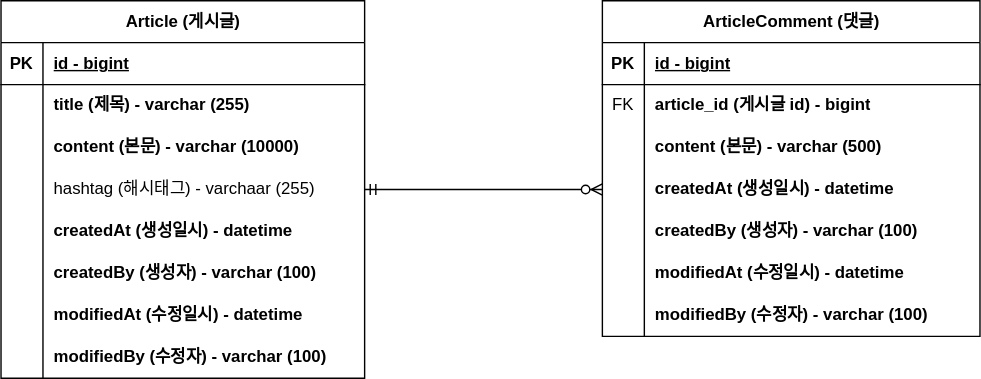
The draw.io diagram document/project-board-erd.svg in KSH-Daniel/fastcampus-project-board, before a commit. Source tidied: cells renumbered, new cells last; positions are measured from the earlier drawing's top-left corner, leaving out a move shared by most shapes.
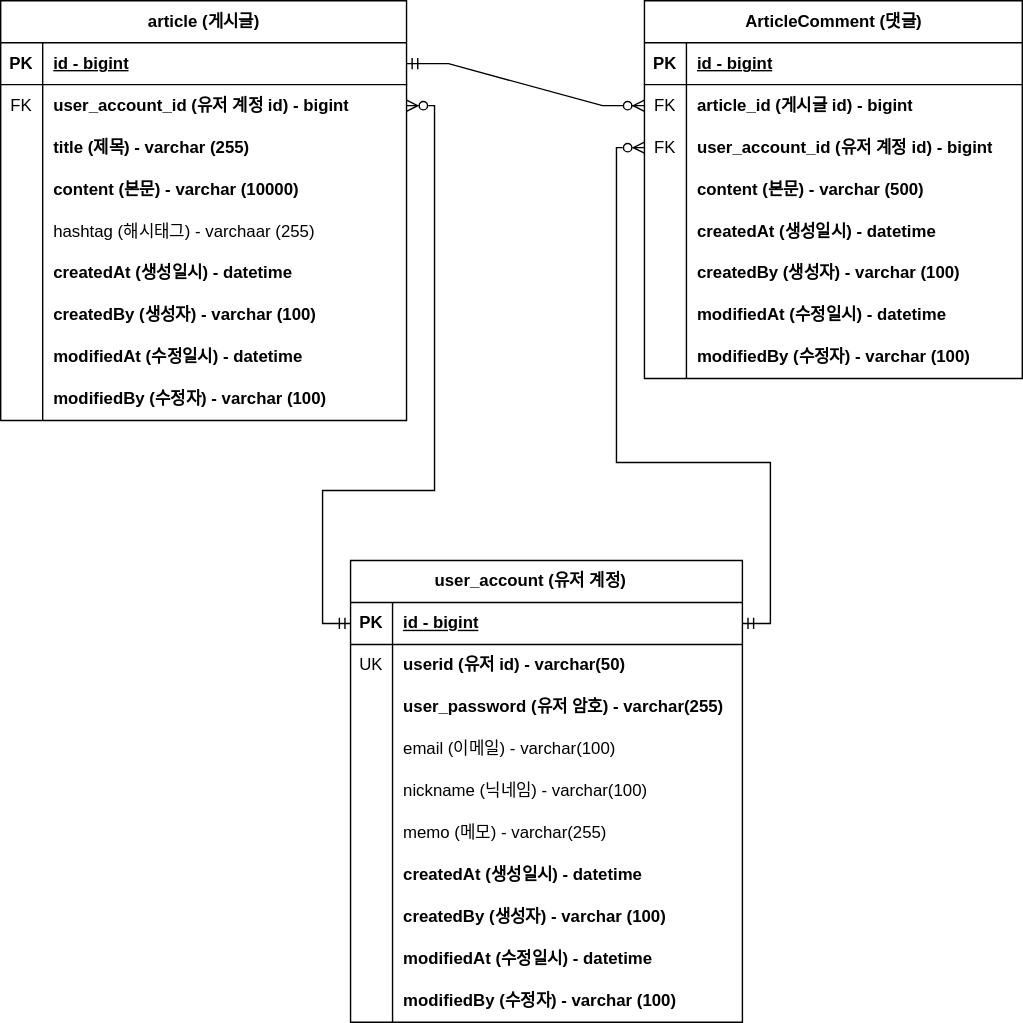
After the commit.

Commit message:
도메인 수정 - 회원 계정과 게시글, 댓글 관계 연결 : project-board-erd.svg 업데이트

Diff of the diagram source:
```diff
@@ -4,7 +4,7 @@
     <mxCell id="1" parent="0" />
-    <mxCell id="2" value="Article (게시글)" style="shape=table;startSize=30;rowLines=0;fontStyle=1;align=center;html=1;" parent="1" vertex="1">
-      <mxGeometry width="260" height="270" as="geometry" />
+    <mxCell id="2" value="article&amp;nbsp;(게시글)" style="shape=table;startSize=30;rowLines=0;fontStyle=1;align=center;html=1;" parent="1" vertex="1">
+      <mxGeometry x="-30" width="290" height="300" as="geometry" />
     </mxCell>
     <mxCell id="3" style="shape=tableRow;horizontal=0;startSize=0;swimlaneHead=0;swimlaneBody=0;fillColor=none;points=[[0,0.5],[1,0.5]];portConstraint=eastwest;top=0;left=0;right=0;bottom=1;" parent="2" vertex="1">
-      <mxGeometry y="30" width="260" height="30" as="geometry" />
+      <mxGeometry y="30" width="290" height="30" as="geometry" />
     </mxCell>
@@ -14,15 +14,24 @@
     <mxCell id="5" value="id - bigint" style="shape=partialRectangle;fillColor=none;top=0;left=0;bottom=0;right=0;align=left;spacingLeft=6;fontStyle=5;overflow=hidden;whiteSpace=wrap;html=1;" parent="3" vertex="1">
-      <mxGeometry x="30" width="230" height="30" as="geometry" />
+      <mxGeometry x="30" width="260" height="30" as="geometry" />
     </mxCell>
     <mxCell id="6" style="shape=tableRow;horizontal=0;startSize=0;swimlaneHead=0;swimlaneBody=0;fillColor=none;points=[[0,0.5],[1,0.5]];portConstraint=eastwest;top=0;left=0;right=0;bottom=0;" parent="2" vertex="1">
-      <mxGeometry y="60" width="260" height="30" as="geometry" />
+      <mxGeometry y="60" width="290" height="30" as="geometry" />
     </mxCell>
-    <mxCell id="7" style="shape=partialRectangle;fillColor=none;top=0;left=0;bottom=0;right=0;overflow=hidden;whiteSpace=wrap;html=1;" parent="6" vertex="1">
+    <mxCell id="7" value="FK" style="shape=partialRectangle;fillColor=none;top=0;left=0;bottom=0;right=0;overflow=hidden;whiteSpace=wrap;html=1;" parent="6" vertex="1">
       <mxGeometry width="30" height="30" as="geometry" />
     </mxCell>
-    <mxCell id="8" value="title (제목) - varchar (255)" style="shape=partialRectangle;fillColor=none;top=0;left=0;bottom=0;right=0;align=left;spacingLeft=6;overflow=hidden;whiteSpace=wrap;html=1;fontStyle=1;" parent="6" vertex="1">
-      <mxGeometry x="30" width="230" height="30" as="geometry" />
+    <mxCell id="8" value="user_account_id (유저 계정 id) - bigint" style="shape=partialRectangle;fillColor=none;top=0;left=0;bottom=0;right=0;align=left;spacingLeft=6;overflow=hidden;whiteSpace=wrap;html=1;fontStyle=1;" parent="6" vertex="1">
+      <mxGeometry x="30" width="260" height="30" as="geometry" />
     </mxCell>
+    <mxCell id="50" style="shape=tableRow;horizontal=0;startSize=0;swimlaneHead=0;swimlaneBody=0;fillColor=none;top=0;left=0;right=0;bottom=0;" parent="2" vertex="1">
+      <mxGeometry y="90" width="290" height="30" as="geometry" />
+    </mxCell>
+    <mxCell id="51" style="shape=partialRectangle;fillColor=none;top=0;left=0;bottom=0;right=0;overflow=hidden;whiteSpace=wrap;html=1;" parent="50" vertex="1">
+      <mxGeometry width="30" height="30" as="geometry" />
+    </mxCell>
+    <mxCell id="52" value="title (제목) - varchar (255)" style="shape=partialRectangle;fillColor=none;top=0;left=0;bottom=0;right=0;align=left;spacingLeft=6;overflow=hidden;whiteSpace=wrap;html=1;fontStyle=1;" parent="50" vertex="1">
+      <mxGeometry x="30" width="260" height="30" as="geometry" />
+    </mxCell>
     <mxCell id="9" style="shape=tableRow;horizontal=0;startSize=0;swimlaneHead=0;swimlaneBody=0;fillColor=none;top=0;left=0;right=0;bottom=0;" parent="2" vertex="1">
-      <mxGeometry y="90" width="260" height="30" as="geometry" />
+      <mxGeometry y="120" width="290" height="30" as="geometry" />
     </mxCell>
@@ -32,6 +41,6 @@
     <mxCell id="11" value="content (본문) - varchar (10000)" style="shape=partialRectangle;fillColor=none;top=0;left=0;bottom=0;right=0;align=left;spacingLeft=6;overflow=hidden;whiteSpace=wrap;html=1;fontStyle=1;" parent="9" vertex="1">
-      <mxGeometry x="30" width="230" height="30" as="geometry" />
+      <mxGeometry x="30" width="260" height="30" as="geometry" />
     </mxCell>
     <mxCell id="12" style="shape=tableRow;horizontal=0;startSize=0;swimlaneHead=0;swimlaneBody=0;fillColor=none;points=[[0,0.5],[1,0.5]];portConstraint=eastwest;top=0;left=0;right=0;bottom=0;" parent="2" vertex="1">
-      <mxGeometry y="120" width="260" height="30" as="geometry" />
+      <mxGeometry y="150" width="290" height="30" as="geometry" />
     </mxCell>
@@ -41,6 +50,6 @@
     <mxCell id="14" value="hashtag (해시태그) - varchaar (255)" style="shape=partialRectangle;fillColor=none;top=0;left=0;bottom=0;right=0;align=left;spacingLeft=6;overflow=hidden;whiteSpace=wrap;html=1;" parent="12" vertex="1">
-      <mxGeometry x="30" width="230" height="30" as="geometry" />
+      <mxGeometry x="30" width="260" height="30" as="geometry" />
     </mxCell>
     <mxCell id="15" style="shape=tableRow;horizontal=0;startSize=0;swimlaneHead=0;swimlaneBody=0;fillColor=none;top=0;left=0;right=0;bottom=0;" parent="2" vertex="1">
-      <mxGeometry y="150" width="260" height="30" as="geometry" />
+      <mxGeometry y="180" width="290" height="30" as="geometry" />
     </mxCell>
@@ -50,6 +59,6 @@
     <mxCell id="17" value="createdAt (생성일시) - datetime" style="shape=partialRectangle;fillColor=none;top=0;left=0;bottom=0;right=0;align=left;spacingLeft=6;overflow=hidden;whiteSpace=wrap;html=1;fontStyle=1;" parent="15" vertex="1">
-      <mxGeometry x="30" width="230" height="30" as="geometry" />
+      <mxGeometry x="30" width="260" height="30" as="geometry" />
     </mxCell>
     <mxCell id="18" style="shape=tableRow;horizontal=0;startSize=0;swimlaneHead=0;swimlaneBody=0;fillColor=none;top=0;left=0;right=0;bottom=0;" parent="2" vertex="1">
-      <mxGeometry y="180" width="260" height="30" as="geometry" />
+      <mxGeometry y="210" width="290" height="30" as="geometry" />
     </mxCell>
@@ -59,6 +68,6 @@
     <mxCell id="20" value="createdBy (생성자) - varchar (100)" style="shape=partialRectangle;fillColor=none;top=0;left=0;bottom=0;right=0;align=left;spacingLeft=6;overflow=hidden;whiteSpace=wrap;html=1;fontStyle=1;" parent="18" vertex="1">
-      <mxGeometry x="30" width="230" height="30" as="geometry" />
+      <mxGeometry x="30" width="260" height="30" as="geometry" />
     </mxCell>
     <mxCell id="21" style="shape=tableRow;horizontal=0;startSize=0;swimlaneHead=0;swimlaneBody=0;fillColor=none;top=0;left=0;right=0;bottom=0;" parent="2" vertex="1">
-      <mxGeometry y="210" width="260" height="30" as="geometry" />
+      <mxGeometry y="240" width="290" height="30" as="geometry" />
     </mxCell>
@@ -68,6 +77,6 @@
     <mxCell id="23" value="modifiedAt (수정일시) - datetime" style="shape=partialRectangle;fillColor=none;top=0;left=0;bottom=0;right=0;align=left;spacingLeft=6;overflow=hidden;whiteSpace=wrap;html=1;fontStyle=1;" parent="21" vertex="1">
-      <mxGeometry x="30" width="230" height="30" as="geometry" />
+      <mxGeometry x="30" width="260" height="30" as="geometry" />
     </mxCell>
     <mxCell id="24" style="shape=tableRow;horizontal=0;startSize=0;swimlaneHead=0;swimlaneBody=0;fillColor=none;top=0;left=0;right=0;bottom=0;" parent="2" vertex="1">
-      <mxGeometry y="240" width="260" height="30" as="geometry" />
+      <mxGeometry y="270" width="290" height="30" as="geometry" />
     </mxCell>
@@ -77,6 +86,6 @@
     <mxCell id="26" value="modifiedBy (수정자) - varchar (100)" style="shape=partialRectangle;fillColor=none;top=0;left=0;bottom=0;right=0;align=left;spacingLeft=6;overflow=hidden;whiteSpace=wrap;html=1;fontStyle=1;" parent="24" vertex="1">
-      <mxGeometry x="30" width="230" height="30" as="geometry" />
+      <mxGeometry x="30" width="260" height="30" as="geometry" />
     </mxCell>
     <mxCell id="27" value="ArticleComment (댓글)" style="shape=table;startSize=30;rowLines=0;fontStyle=1;align=center;html=1;" parent="1" vertex="1">
-      <mxGeometry x="430" width="270" height="240" as="geometry" />
+      <mxGeometry x="430" width="270" height="270" as="geometry" />
     </mxCell>
@@ -100,4 +109,13 @@
     </mxCell>
+    <mxCell id="53" style="shape=tableRow;horizontal=0;startSize=0;swimlaneHead=0;swimlaneBody=0;fillColor=none;points=[[0,0.5],[1,0.5]];portConstraint=eastwest;top=0;left=0;right=0;bottom=0;" parent="27" vertex="1">
+      <mxGeometry y="90" width="270" height="30" as="geometry" />
+    </mxCell>
+    <mxCell id="54" value="FK" style="shape=partialRectangle;fillColor=none;top=0;left=0;bottom=0;right=0;overflow=hidden;whiteSpace=wrap;html=1;" parent="53" vertex="1">
+      <mxGeometry width="30" height="30" as="geometry" />
+    </mxCell>
+    <mxCell id="55" value="user_account_id (유저 계정 id) - bigint" style="shape=partialRectangle;fillColor=none;top=0;left=0;bottom=0;right=0;align=left;spacingLeft=6;overflow=hidden;whiteSpace=wrap;html=1;fontStyle=1;" parent="53" vertex="1">
+      <mxGeometry x="30" width="240" height="30" as="geometry" />
+    </mxCell>
     <mxCell id="34" style="shape=tableRow;horizontal=0;startSize=0;swimlaneHead=0;swimlaneBody=0;fillColor=none;top=0;left=0;right=0;bottom=0;" parent="27" vertex="1">
-      <mxGeometry y="90" width="270" height="30" as="geometry" />
+      <mxGeometry y="120" width="270" height="30" as="geometry" />
     </mxCell>
@@ -110,3 +128,3 @@
     <mxCell id="37" style="shape=tableRow;horizontal=0;startSize=0;swimlaneHead=0;swimlaneBody=0;fillColor=none;points=[[0,0.5],[1,0.5]];portConstraint=eastwest;top=0;left=0;right=0;bottom=0;" parent="27" vertex="1">
-      <mxGeometry y="120" width="270" height="30" as="geometry" />
+      <mxGeometry y="150" width="270" height="30" as="geometry" />
     </mxCell>
@@ -119,3 +137,3 @@
     <mxCell id="40" style="shape=tableRow;horizontal=0;startSize=0;swimlaneHead=0;swimlaneBody=0;fillColor=none;top=0;left=0;right=0;bottom=0;" parent="27" vertex="1">
-      <mxGeometry y="150" width="270" height="30" as="geometry" />
+      <mxGeometry y="180" width="270" height="30" as="geometry" />
     </mxCell>
@@ -128,3 +146,3 @@
     <mxCell id="43" style="shape=tableRow;horizontal=0;startSize=0;swimlaneHead=0;swimlaneBody=0;fillColor=none;top=0;left=0;right=0;bottom=0;" parent="27" vertex="1">
-      <mxGeometry y="180" width="270" height="30" as="geometry" />
+      <mxGeometry y="210" width="270" height="30" as="geometry" />
     </mxCell>
@@ -137,3 +155,3 @@
     <mxCell id="46" style="shape=tableRow;horizontal=0;startSize=0;swimlaneHead=0;swimlaneBody=0;fillColor=none;top=0;left=0;right=0;bottom=0;" parent="27" vertex="1">
-      <mxGeometry y="210" width="270" height="30" as="geometry" />
+      <mxGeometry y="240" width="270" height="30" as="geometry" />
     </mxCell>
@@ -145,5 +163,118 @@
     </mxCell>
-    <mxCell id="49" style="edgeStyle=entityRelationEdgeStyle;fontSize=12;html=1;endArrow=ERzeroToMany;startArrow=ERmandOne;rounded=0;exitX=1;exitY=0.5;exitDx=0;exitDy=0;entryX=0;entryY=0.5;entryDx=0;entryDy=0;" parent="1" edge="1" source="12" target="37">
+    <mxCell id="49" style="edgeStyle=entityRelationEdgeStyle;fontSize=12;html=1;endArrow=ERzeroToMany;startArrow=ERmandOne;rounded=0;exitX=1;exitY=0.5;exitDx=0;exitDy=0;entryX=0;entryY=0.5;entryDx=0;entryDy=0;" parent="1" edge="1" source="3" target="31">
       <mxGeometry relative="1" as="geometry" />
     </mxCell>
+    <mxCell id="56" value="user_account (유저 계정)&lt;span style=&quot;white-space: pre;&quot;&gt; &lt;/span&gt;" style="shape=table;startSize=30;rowLines=0;fontStyle=1;align=center;html=1;" parent="1" vertex="1">
+      <mxGeometry x="220" y="400" width="280" height="330" as="geometry" />
+    </mxCell>
+    <mxCell id="57" style="shape=tableRow;horizontal=0;startSize=0;swimlaneHead=0;swimlaneBody=0;fillColor=none;points=[[0,0.5],[1,0.5]];portConstraint=eastwest;top=0;left=0;right=0;bottom=1;" parent="56" vertex="1">
+      <mxGeometry y="30" width="280" height="30" as="geometry" />
+    </mxCell>
+    <mxCell id="58" value="PK" style="shape=partialRectangle;fillColor=none;top=0;left=0;bottom=0;right=0;fontStyle=1;overflow=hidden;whiteSpace=wrap;html=1;" parent="57" vertex="1">
+      <mxGeometry width="30" height="30" as="geometry" />
+    </mxCell>
+    <mxCell id="59" value="id - bigint" style="shape=partialRectangle;fillColor=none;top=0;left=0;bottom=0;right=0;align=left;spacingLeft=6;fontStyle=5;overflow=hidden;whiteSpace=wrap;html=1;" parent="57" vertex="1">
+      <mxGeometry x="30" width="250" height="30" as="geometry" />
+    </mxCell>
+    <mxCell id="60" style="shape=tableRow;horizontal=0;startSize=0;swimlaneHead=0;swimlaneBody=0;fillColor=none;top=0;left=0;right=0;bottom=0;" parent="56" vertex="1">
+      <mxGeometry y="60" width="280" height="30" as="geometry" />
+    </mxCell>
+    <mxCell id="61" value="UK" style="shape=partialRectangle;fillColor=none;top=0;left=0;bottom=0;right=0;overflow=hidden;whiteSpace=wrap;html=1;" parent="60" vertex="1">
+      <mxGeometry width="30" height="30" as="geometry" />
+    </mxCell>
+    <mxCell id="62" value="userid (유저 id) - varchar(50)" style="shape=partialRectangle;fillColor=none;top=0;left=0;bottom=0;right=0;align=left;spacingLeft=6;overflow=hidden;whiteSpace=wrap;html=1;fontStyle=1;" parent="60" vertex="1">
+      <mxGeometry x="30" width="250" height="30" as="geometry" />
+    </mxCell>
+    <mxCell id="63" style="shape=tableRow;horizontal=0;startSize=0;swimlaneHead=0;swimlaneBody=0;fillColor=none;top=0;left=0;right=0;bottom=0;" parent="56" vertex="1">
+      <mxGeometry y="90" width="280" height="30" as="geometry" />
+    </mxCell>
+    <mxCell id="64" style="shape=partialRectangle;fillColor=none;top=0;left=0;bottom=0;right=0;overflow=hidden;whiteSpace=wrap;html=1;" parent="63" vertex="1">
+      <mxGeometry width="30" height="30" as="geometry" />
+    </mxCell>
+    <mxCell id="65" value="user_password (유저 암호) - varchar(255)" style="shape=partialRectangle;fillColor=none;top=0;left=0;bottom=0;right=0;align=left;spacingLeft=6;overflow=hidden;whiteSpace=wrap;html=1;fontStyle=1;" parent="63" vertex="1">
+      <mxGeometry x="30" width="250" height="30" as="geometry" />
+    </mxCell>
+    <mxCell id="66" style="shape=tableRow;horizontal=0;startSize=0;swimlaneHead=0;swimlaneBody=0;fillColor=none;top=0;left=0;right=0;bottom=0;" parent="56" vertex="1">
+      <mxGeometry y="120" width="280" height="30" as="geometry" />
+    </mxCell>
+    <mxCell id="67" style="shape=partialRectangle;fillColor=none;top=0;left=0;bottom=0;right=0;overflow=hidden;whiteSpace=wrap;html=1;" parent="66" vertex="1">
+      <mxGeometry width="30" height="30" as="geometry" />
+    </mxCell>
+    <mxCell id="68" value="email (이메일) - varchar(100)" style="shape=partialRectangle;fillColor=none;top=0;left=0;bottom=0;right=0;align=left;spacingLeft=6;overflow=hidden;whiteSpace=wrap;html=1;" parent="66" vertex="1">
+      <mxGeometry x="30" width="250" height="30" as="geometry" />
+    </mxCell>
+    <mxCell id="69" style="shape=tableRow;horizontal=0;startSize=0;swimlaneHead=0;swimlaneBody=0;fillColor=none;top=0;left=0;right=0;bottom=0;" parent="56" vertex="1">
+      <mxGeometry y="150" width="280" height="30" as="geometry" />
+    </mxCell>
+    <mxCell id="70" style="shape=partialRectangle;fillColor=none;top=0;left=0;bottom=0;right=0;overflow=hidden;whiteSpace=wrap;html=1;" parent="69" vertex="1">
+      <mxGeometry width="30" height="30" as="geometry" />
+    </mxCell>
+    <mxCell id="71" value="nickname (닉네임) - varchar(100)" style="shape=partialRectangle;fillColor=none;top=0;left=0;bottom=0;right=0;align=left;spacingLeft=6;overflow=hidden;whiteSpace=wrap;html=1;" parent="69" vertex="1">
+      <mxGeometry x="30" width="250" height="30" as="geometry" />
+    </mxCell>
+    <mxCell id="72" style="shape=tableRow;horizontal=0;startSize=0;swimlaneHead=0;swimlaneBody=0;fillColor=none;top=0;left=0;right=0;bottom=0;" parent="56" vertex="1">
+      <mxGeometry y="180" width="280" height="30" as="geometry" />
+    </mxCell>
+    <mxCell id="73" style="shape=partialRectangle;fillColor=none;top=0;left=0;bottom=0;right=0;overflow=hidden;whiteSpace=wrap;html=1;" parent="72" vertex="1">
+      <mxGeometry width="30" height="30" as="geometry" />
+    </mxCell>
+    <mxCell id="74" value="memo (메모) - varchar(255)" style="shape=partialRectangle;fillColor=none;top=0;left=0;bottom=0;right=0;align=left;spacingLeft=6;overflow=hidden;whiteSpace=wrap;html=1;" parent="72" vertex="1">
+      <mxGeometry x="30" width="250" height="30" as="geometry" />
+    </mxCell>
+    <mxCell id="75" style="shape=tableRow;horizontal=0;startSize=0;swimlaneHead=0;swimlaneBody=0;fillColor=none;top=0;left=0;right=0;bottom=0;" parent="56" vertex="1">
+      <mxGeometry y="210" width="280" height="30" as="geometry" />
+    </mxCell>
+    <mxCell id="76" style="shape=partialRectangle;fillColor=none;top=0;left=0;bottom=0;right=0;overflow=hidden;whiteSpace=wrap;html=1;" parent="75" vertex="1">
+      <mxGeometry width="30" height="30" as="geometry" />
+    </mxCell>
+    <mxCell id="77" value="createdAt (생성일시) - datetime" style="shape=partialRectangle;fillColor=none;top=0;left=0;bottom=0;right=0;align=left;spacingLeft=6;overflow=hidden;whiteSpace=wrap;html=1;fontStyle=1;" parent="75" vertex="1">
+      <mxGeometry x="30" width="250" height="30" as="geometry" />
+    </mxCell>
+    <mxCell id="78" style="shape=tableRow;horizontal=0;startSize=0;swimlaneHead=0;swimlaneBody=0;fillColor=none;top=0;left=0;right=0;bottom=0;" parent="56" vertex="1">
+      <mxGeometry y="240" width="280" height="30" as="geometry" />
+    </mxCell>
+    <mxCell id="79" style="shape=partialRectangle;fillColor=none;top=0;left=0;bottom=0;right=0;overflow=hidden;whiteSpace=wrap;html=1;" parent="78" vertex="1">
+      <mxGeometry width="30" height="30" as="geometry" />
+    </mxCell>
+    <mxCell id="80" value="createdBy (생성자) - varchar (100)" style="shape=partialRectangle;fillColor=none;top=0;left=0;bottom=0;right=0;align=left;spacingLeft=6;overflow=hidden;whiteSpace=wrap;html=1;fontStyle=1;" parent="78" vertex="1">
+      <mxGeometry x="30" width="250" height="30" as="geometry" />
+    </mxCell>
+    <mxCell id="81" style="shape=tableRow;horizontal=0;startSize=0;swimlaneHead=0;swimlaneBody=0;fillColor=none;top=0;left=0;right=0;bottom=0;" parent="56" vertex="1">
+      <mxGeometry y="270" width="280" height="30" as="geometry" />
+    </mxCell>
+    <mxCell id="82" style="shape=partialRectangle;fillColor=none;top=0;left=0;bottom=0;right=0;overflow=hidden;whiteSpace=wrap;html=1;" parent="81" vertex="1">
+      <mxGeometry width="30" height="30" as="geometry" />
+    </mxCell>
+    <mxCell id="83" value="modifiedAt (수정일시) - datetime" style="shape=partialRectangle;fillColor=none;top=0;left=0;bottom=0;right=0;align=left;spacingLeft=6;overflow=hidden;whiteSpace=wrap;html=1;fontStyle=1;" parent="81" vertex="1">
+      <mxGeometry x="30" width="250" height="30" as="geometry" />
+    </mxCell>
+    <mxCell id="84" style="shape=tableRow;horizontal=0;startSize=0;swimlaneHead=0;swimlaneBody=0;fillColor=none;top=0;left=0;right=0;bottom=0;" parent="56" vertex="1">
+      <mxGeometry y="300" width="280" height="30" as="geometry" />
+    </mxCell>
+    <mxCell id="85" style="shape=partialRectangle;fillColor=none;top=0;left=0;bottom=0;right=0;overflow=hidden;whiteSpace=wrap;html=1;" parent="84" vertex="1">
+      <mxGeometry width="30" height="30" as="geometry" />
+    </mxCell>
+    <mxCell id="86" value="modifiedBy (수정자) - varchar (100)" style="shape=partialRectangle;fillColor=none;top=0;left=0;bottom=0;right=0;align=left;spacingLeft=6;overflow=hidden;whiteSpace=wrap;html=1;fontStyle=1;" parent="84" vertex="1">
+      <mxGeometry x="30" width="250" height="30" as="geometry" />
+    </mxCell>
+    <mxCell id="87" style="edgeStyle=orthogonalEdgeStyle;rounded=0;jettySize=auto;html=1;exitX=1;exitY=0.5;exitDx=0;exitDy=0;entryX=0;entryY=0.5;entryDx=0;entryDy=0;startArrow=ERzeroToMany;startFill=0;endArrow=ERmandOne;endFill=0;" parent="1" edge="1" source="6" target="57">
+      <mxGeometry relative="1" as="geometry">
+        <Array as="points">
+          <mxPoint x="280" y="75" />
+          <mxPoint x="280" y="350" />
+          <mxPoint x="200" y="350" />
+          <mxPoint x="200" y="445" />
+        </Array>
+      </mxGeometry>
+    </mxCell>
+    <mxCell id="88" style="edgeStyle=orthogonalEdgeStyle;rounded=0;jettySize=auto;html=1;exitX=1;exitY=0.5;exitDx=0;exitDy=0;entryX=0;entryY=0.5;entryDx=0;entryDy=0;startArrow=ERmandOne;startFill=0;endArrow=ERzeroToMany;endFill=0;" parent="1" edge="1" source="57" target="53">
+      <mxGeometry relative="1" as="geometry">
+        <Array as="points">
+          <mxPoint x="520" y="445" />
+          <mxPoint x="520" y="330" />
+          <mxPoint x="410" y="330" />
+          <mxPoint x="410" y="105" />
+        </Array>
+      </mxGeometry>
+    </mxCell>
   </root>
```
